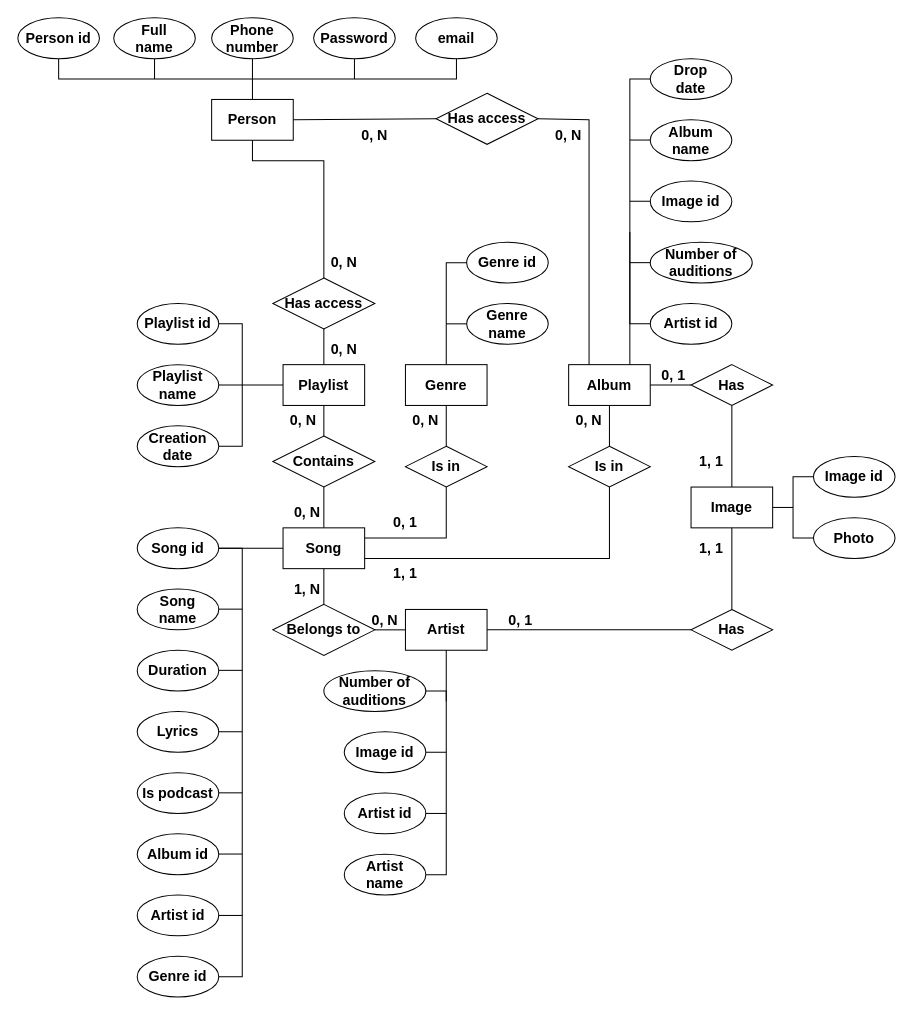
Before: кмпо 2.0.drawio in marsek4/database, a draw.io diagram. Source tidied: cells renumbered, new cells numbered last; positions are measured from the earlier drawing's top-left corner, leaving out a move shared by most shapes. Both pictures are drawn from the tidied source at 102%, with x=0, y=0 at pixel (17, 17).
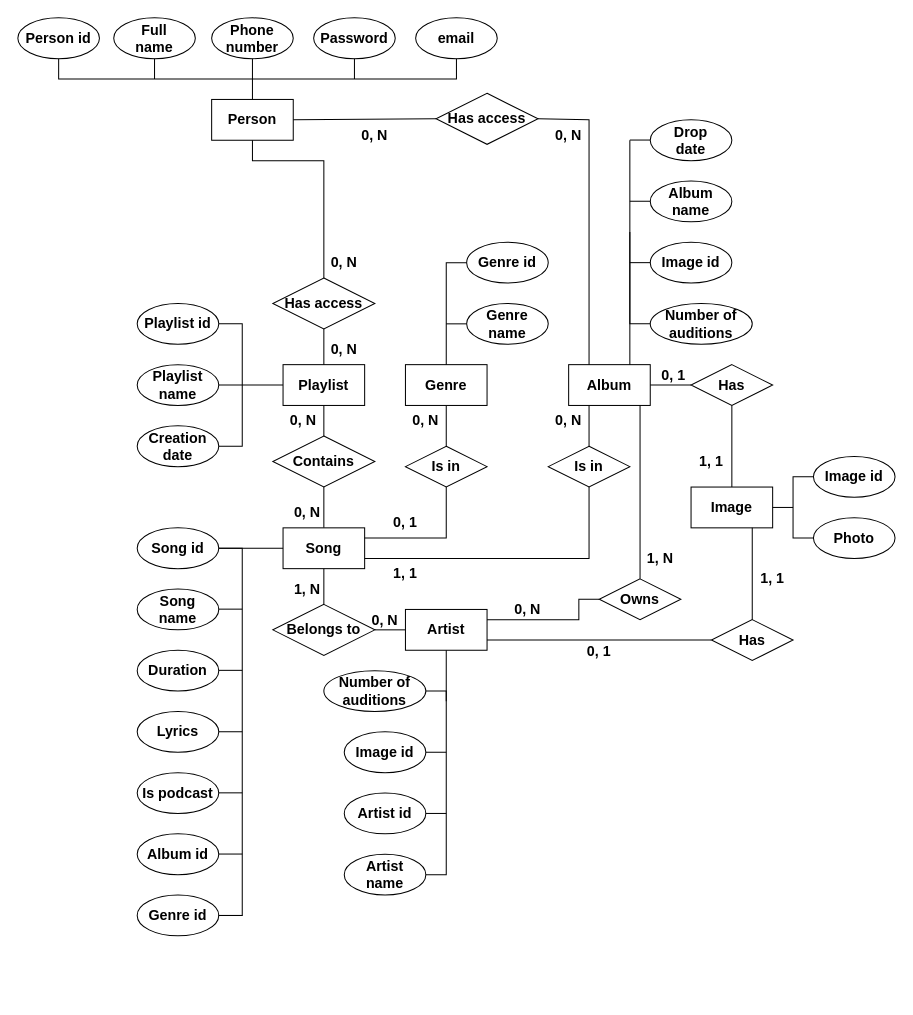
After the change.

The change refers to these unchanged cells:
```xml
<mxCell id="20" value="Song" style="rounded=0;whiteSpace=wrap;html=1;fontStyle=1;fontSize=14;spacing=3;fontFamily=Helvetica;" parent="1" vertex="1">
  <mxGeometry x="260" y="500" width="80" height="40" as="geometry" />
</mxCell>
<mxCell id="21" value="Song id" style="ellipse;whiteSpace=wrap;html=1;fontStyle=1;fontSize=14;spacing=3;fontFamily=Helvetica;" parent="1" vertex="1">
  <mxGeometry x="117" y="500" width="80" height="40" as="geometry" />
</mxCell>
<mxCell id="50" value="Artist" style="rounded=0;whiteSpace=wrap;html=1;fontStyle=1;fontSize=14;spacing=3;fontFamily=Helvetica;" parent="1" vertex="1">
  <mxGeometry x="380" y="580" width="80" height="40" as="geometry" />
</mxCell>
<mxCell id="62" value="Album" style="rounded=0;whiteSpace=wrap;html=1;fontStyle=1;fontSize=14;spacing=3;fontFamily=Helvetica;" parent="1" vertex="1">
  <mxGeometry x="540" y="340" width="80" height="40" as="geometry" />
</mxCell>
<mxCell id="77" value="Image" style="rounded=0;whiteSpace=wrap;html=1;fontStyle=1;fontSize=14;spacing=3;fontFamily=Helvetica;" parent="1" vertex="1">
  <mxGeometry x="660" y="460" width="80" height="40" as="geometry" />
</mxCell>
```

What changed in the source:
```diff
@@
-    <mxCell id="27" value="Artist id" style="ellipse;whiteSpace=wrap;html=1;fontStyle=1;fontSize=14;spacing=3;fontFamily=Helvetica;" parent="1" vertex="1">
-      <mxGeometry x="117" y="860" width="80" height="40" as="geometry" />
-    </mxCell>
     <mxCell id="28" value="Genre id" style="ellipse;whiteSpace=wrap;html=1;fontStyle=1;fontSize=14;spacing=3;fontFamily=Helvetica;" parent="1" vertex="1">
-      <mxGeometry x="117" y="920" width="80" height="40" as="geometry" />
+      <mxGeometry x="117" y="860" width="80" height="40" as="geometry" />
     </mxCell>
     <mxCell id="29" style="endArrow=none;html=1;rounded=0;exitX=1;exitY=0.5;exitDx=0;exitDy=0;entryX=1;entryY=0.5;entryDx=0;entryDy=0;fontStyle=1;fontSize=14;spacing=3;fontFamily=Helvetica;" parent="1" edge="1" source="21" target="28">
       <mxGeometry relative="1" as="geometry">
         <Array as="points">
           <mxPoint x="220" y="520" />
           <mxPoint x="220" y="880" />
-          <mxPoint x="220" y="940" />
         </Array>
       </mxGeometry>
     </mxCell>
-    <mxCell id="30" style="endArrow=none;html=1;rounded=0;exitX=1;exitY=0.5;exitDx=0;exitDy=0;fontStyle=1;fontSize=14;spacing=3;fontFamily=Helvetica;" parent="1" edge="1" source="27">
+    <mxCell id="30" style="endArrow=none;html=1;rounded=0;exitX=1;exitY=0.5;exitDx=0;exitDy=0;fontStyle=1;fontSize=14;spacing=3;fontFamily=Helvetica;" parent="1" edge="1">
       <mxGeometry relative="1" as="geometry">
+        <mxPoint x="197" y="880" as="sourcePoint" />
         <mxPoint x="220" y="880" as="targetPoint" />
       </mxGeometry>
     </mxCell>
@@
     <mxCell id="60" style="endArrow=none;html=1;rounded=0;exitX=1;exitY=0.75;exitDx=0;exitDy=0;entryX=0.5;entryY=1;entryDx=0;entryDy=0;fontStyle=1;fontSize=14;spacing=3;fontFamily=Helvetica;" parent="1" edge="1" source="20" target="61">
       <mxGeometry relative="1" as="geometry">
         <Array as="points">
-          <mxPoint x="580" y="530" />
+          <mxPoint x="560" y="530" />
         </Array>
       </mxGeometry>
     </mxCell>
     <mxCell id="61" value="Is in" style="rhombus;whiteSpace=wrap;html=1;fontStyle=1;fontSize=14;spacing=3;fontFamily=Helvetica;" parent="1" vertex="1">
-      <mxGeometry x="540" y="420" width="80" height="40" as="geometry" />
+      <mxGeometry x="520" y="420" width="80" height="40" as="geometry" />
     </mxCell>
@@
-    <mxCell id="63" style="endArrow=none;html=1;rounded=0;entryX=0.5;entryY=1;entryDx=0;entryDy=0;exitX=0.5;exitY=0;exitDx=0;exitDy=0;fontStyle=1;fontSize=14;spacing=3;fontFamily=Helvetica;" parent="1" edge="1" source="61" target="62">
+    <mxCell id="63" style="endArrow=none;html=1;rounded=0;entryX=0.25;entryY=1;entryDx=0;entryDy=0;exitX=0.5;exitY=0;exitDx=0;exitDy=0;fontStyle=1;fontSize=14;spacing=3;fontFamily=Helvetica;" parent="1" edge="1" source="61" target="62">
       <mxGeometry relative="1" as="geometry" />
     </mxCell>
     <mxCell id="64" value="Album&lt;br style=&quot;font-size: 14px;&quot;&gt;name" style="ellipse;whiteSpace=wrap;html=1;fontStyle=1;fontSize=14;spacing=3;fontFamily=Helvetica;" parent="1" vertex="1">
-      <mxGeometry x="620" y="100" width="80" height="40" as="geometry" />
+      <mxGeometry x="620" y="160" width="80" height="40" as="geometry" />
     </mxCell>
     <mxCell id="65" value="Image id" style="ellipse;whiteSpace=wrap;html=1;fontStyle=1;fontSize=14;spacing=3;fontFamily=Helvetica;" parent="1" vertex="1">
-      <mxGeometry x="620" y="160" width="80" height="40" as="geometry" />
+      <mxGeometry x="620" y="220" width="80" height="40" as="geometry" />
     </mxCell>
-    <mxCell id="66" value="Artist id" style="ellipse;whiteSpace=wrap;html=1;fontStyle=1;fontSize=14;spacing=3;fontFamily=Helvetica;" parent="1" vertex="1">
-      <mxGeometry x="620" y="280" width="80" height="40" as="geometry" />
-    </mxCell>
-    <mxCell id="67" style="endArrow=none;html=1;rounded=0;exitX=0;exitY=0.5;exitDx=0;exitDy=0;fontStyle=1;fontSize=14;spacing=3;fontFamily=Helvetica;" parent="1" edge="1" source="66">
+    <mxCell id="67" style="endArrow=none;html=1;rounded=0;exitX=0;exitY=0.5;exitDx=0;exitDy=0;fontStyle=1;fontSize=14;spacing=3;fontFamily=Helvetica;" parent="1" edge="1">
       <mxGeometry relative="1" as="geometry">
+        <mxPoint x="620" y="300" as="sourcePoint" />
         <mxPoint x="600" y="150" as="targetPoint" />
         <Array as="points">
           <mxPoint x="600" y="300" />
           <mxPoint x="600" y="120" />
         </Array>
       </mxGeometry>
     </mxCell>
@@
     <mxCell id="72" value="Has" style="rhombus;whiteSpace=wrap;html=1;fontStyle=1;fontSize=14;spacing=3;fontFamily=Helvetica;" parent="1" vertex="1">
-      <mxGeometry x="660" y="580" width="80" height="40" as="geometry" />
+      <mxGeometry x="680" y="590" width="80" height="40" as="geometry" />
     </mxCell>
-    <mxCell id="73" style="endArrow=none;html=1;rounded=0;exitX=1;exitY=0.5;exitDx=0;exitDy=0;entryX=0;entryY=0.5;entryDx=0;entryDy=0;fontStyle=1;fontSize=14;spacing=3;fontFamily=Helvetica;" parent="1" edge="1" source="50" target="72">
+    <mxCell id="73" style="endArrow=none;html=1;rounded=0;exitX=1;exitY=0.75;exitDx=0;exitDy=0;entryX=0;entryY=0.5;entryDx=0;entryDy=0;fontStyle=1;fontSize=14;spacing=3;fontFamily=Helvetica;" parent="1" edge="1" source="50" target="72">
       <mxGeometry relative="1" as="geometry" />
     </mxCell>
@@
-    <mxCell id="79" style="endArrow=none;html=1;rounded=0;entryX=0.5;entryY=1;entryDx=0;entryDy=0;exitX=0.5;exitY=0;exitDx=0;exitDy=0;fontStyle=1;fontSize=14;spacing=3;fontFamily=Helvetica;" parent="1" edge="1" source="72" target="77">
+    <mxCell id="79" style="endArrow=none;html=1;rounded=0;entryX=0.75;entryY=1;entryDx=0;entryDy=0;exitX=0.5;exitY=0;exitDx=0;exitDy=0;fontStyle=1;fontSize=14;spacing=3;fontFamily=Helvetica;" parent="1" edge="1" source="72" target="77">
       <mxGeometry relative="1" as="geometry" />
     </mxCell>
@@
     <mxCell id="97" value="0, 1" style="text;html=1;strokeColor=none;fillColor=none;align=center;verticalAlign=middle;whiteSpace=wrap;rounded=0;fontStyle=1;fontSize=14;spacing=3;fontFamily=Helvetica;" parent="1" vertex="1">
-      <mxGeometry x="463" y="576" width="60" height="30" as="geometry" />
+      <mxGeometry x="540" y="606" width="60" height="30" as="geometry" />
     </mxCell>
     <mxCell id="98" value="1, 1" style="text;html=1;strokeColor=none;fillColor=none;align=center;verticalAlign=middle;whiteSpace=wrap;rounded=0;fontStyle=1;fontSize=14;spacing=3;fontFamily=Helvetica;" parent="1" vertex="1">
-      <mxGeometry x="650" y="505" width="60" height="30" as="geometry" />
+      <mxGeometry x="710" y="535" width="60" height="30" as="geometry" />
     </mxCell>
@@
     <mxCell id="102" value="0, N" style="text;html=1;strokeColor=none;fillColor=none;align=center;verticalAlign=middle;whiteSpace=wrap;rounded=0;fontStyle=1;fontSize=14;spacing=3;fontFamily=Helvetica;" parent="1" vertex="1">
-      <mxGeometry x="530" y="380" width="60" height="30" as="geometry" />
+      <mxGeometry x="510" y="380" width="60" height="30" as="geometry" />
     </mxCell>
     <mxCell id="103" value="Drop&lt;br style=&quot;font-size: 14px;&quot;&gt;date" style="ellipse;whiteSpace=wrap;html=1;fontStyle=1;fontSize=14;spacing=3;fontFamily=Helvetica;" parent="1" vertex="1">
-      <mxGeometry x="620" y="40" width="80" height="40" as="geometry" />
+      <mxGeometry x="620" y="100" width="80" height="40" as="geometry" />
     </mxCell>
-    <mxCell id="104" style="endArrow=none;html=1;rounded=0;entryX=0;entryY=0.5;entryDx=0;entryDy=0;fontStyle=1;fontSize=14;spacing=3;fontFamily=Helvetica;" parent="1" edge="1" target="103">
-      <mxGeometry relative="1" as="geometry">
-        <mxPoint x="600" y="120" as="sourcePoint" />
-        <Array as="points">
-          <mxPoint x="600" y="60" />
-        </Array>
-      </mxGeometry>
-    </mxCell>
     <mxCell id="105" value="Number of&lt;br style=&quot;font-size: 14px;&quot;&gt;auditions" style="ellipse;whiteSpace=wrap;html=1;fontStyle=1;fontSize=14;spacing=3;fontFamily=Helvetica;" parent="1" vertex="1">
-      <mxGeometry x="620" y="220" width="100" height="40" as="geometry" />
+      <mxGeometry x="620" y="280" width="100" height="40" as="geometry" />
     </mxCell>
+    <mxCell id="106" value="Owns" style="rhombus;whiteSpace=wrap;html=1;fontStyle=1;fontSize=14;spacing=3;fontFamily=Helvetica;" parent="1" vertex="1">
+      <mxGeometry x="570" y="550" width="80" height="40" as="geometry" />
+    </mxCell>
+    <mxCell id="107" style="endArrow=none;html=1;rounded=0;exitX=1;exitY=0.25;exitDx=0;exitDy=0;entryX=0;entryY=0.5;entryDx=0;entryDy=0;" parent="1" edge="1" source="50" target="106">
+      <mxGeometry relative="1" as="geometry">
+        <Array as="points">
+          <mxPoint x="550" y="590" />
+          <mxPoint x="550" y="570" />
+        </Array>
+      </mxGeometry>
+    </mxCell>
+    <mxCell id="108" style="endArrow=none;html=1;rounded=0;exitX=0.5;exitY=0;exitDx=0;exitDy=0;entryX=0.875;entryY=1;entryDx=0;entryDy=0;entryPerimeter=0;" parent="1" edge="1" source="106" target="62">
+      <mxGeometry relative="1" as="geometry" />
+    </mxCell>
+    <mxCell id="109" value="1, N" style="text;html=1;strokeColor=none;fillColor=none;align=center;verticalAlign=middle;whiteSpace=wrap;rounded=0;fontStyle=1;fontSize=14;spacing=3;fontFamily=Helvetica;" parent="1" vertex="1">
+      <mxGeometry x="600" y="515" width="60" height="30" as="geometry" />
+    </mxCell>
+    <mxCell id="110" value="0, N" style="text;html=1;strokeColor=none;fillColor=none;align=center;verticalAlign=middle;whiteSpace=wrap;rounded=0;fontStyle=1;fontSize=14;spacing=3;fontFamily=Helvetica;" parent="1" vertex="1">
+      <mxGeometry x="470" y="565" width="60" height="30" as="geometry" />
+    </mxCell>
```
